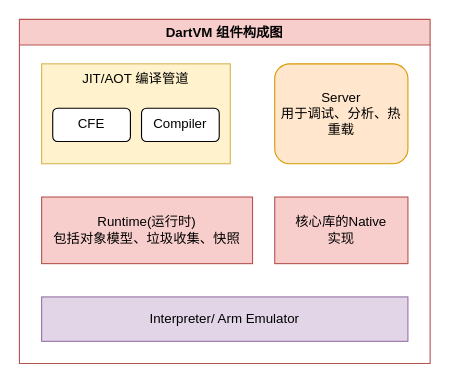
The draw.io diagram dartVM内部构成.drawio in dlwanghw/diagram, before the edit. Source tidied: cells renumbered, new cells numbered last; positions are measured from the earlier drawing's top-left corner, leaving out a move shared by most shapes. Both pictures are drawn from the tidied source at 111%, with x=0, y=0 at pixel (19, 19).
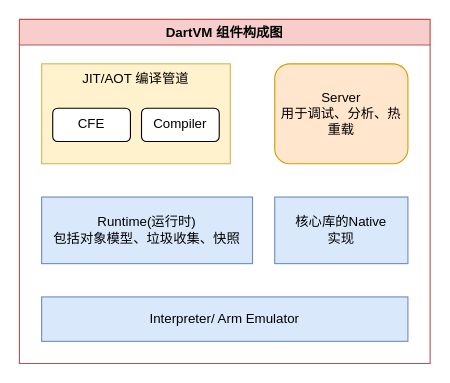
Above is the later version.

Change to the diagram source:
```diff
@@
 <mxGraphModel>
   <root>
     <mxCell id="0" />
     <mxCell id="1" parent="0" />
-    <mxCell id="2" value="Runtime(运行时)&lt;br&gt;包括对象模型、垃圾收集、快照" style="rounded=0;whiteSpace=wrap;html=1;fillColor=#f8cecc;strokeColor=#b85450;" parent="1" vertex="1">
+    <mxCell id="2" value="Runtime(运行时)&lt;br&gt;包括对象模型、垃圾收集、快照" style="rounded=0;whiteSpace=wrap;html=1;fillColor=#dae8fc;strokeColor=#6c8ebf;" parent="1" vertex="1">
       <mxGeometry x="20" y="160" width="190" height="60" as="geometry" />
     </mxCell>
-    <mxCell id="3" value="核心库的Native&lt;br&gt;实现" style="rounded=0;whiteSpace=wrap;html=1;fillColor=#f8cecc;strokeColor=#b85450;" parent="1" vertex="1">
+    <mxCell id="3" value="核心库的Native&lt;br&gt;实现" style="rounded=0;whiteSpace=wrap;html=1;fillColor=#dae8fc;strokeColor=#6c8ebf;" parent="1" vertex="1">
       <mxGeometry x="230" y="160" width="120" height="60" as="geometry" />
     </mxCell>
     <mxCell id="4" value="Server&lt;br&gt;用于调试、分析、热重载" style="rounded=1;whiteSpace=wrap;html=1;fillColor=#ffe6cc;strokeColor=#d79b00;" parent="1" vertex="1">
       <mxGeometry x="230" y="40" width="120" height="90" as="geometry" />
     </mxCell>
     <mxCell id="5" value="JIT/AOT 编译管道&lt;br&gt;" style="rounded=0;whiteSpace=wrap;html=1;verticalAlign=top;fillColor=#fff2cc;strokeColor=#d6b656;" parent="1" vertex="1">
       <mxGeometry x="20" y="40" width="170" height="90" as="geometry" />
     </mxCell>
     <mxCell id="6" value="CFE" style="rounded=1;whiteSpace=wrap;html=1;verticalAlign=top;" parent="1" vertex="1">
       <mxGeometry x="30" y="80" width="70" height="30" as="geometry" />
     </mxCell>
     <mxCell id="7" value="Compiler" style="rounded=1;whiteSpace=wrap;html=1;verticalAlign=top;" parent="1" vertex="1">
       <mxGeometry x="110" y="80" width="70" height="30" as="geometry" />
     </mxCell>
-    <mxCell id="8" value="Interpreter/ Arm Emulator" style="rounded=0;whiteSpace=wrap;html=1;verticalAlign=middle;fillColor=#e1d5e7;strokeColor=#9673a6;" parent="1" vertex="1">
+    <mxCell id="8" value="Interpreter/ Arm Emulator" style="rounded=0;whiteSpace=wrap;html=1;verticalAlign=middle;fillColor=#dae8fc;strokeColor=#6c8ebf;" parent="1" vertex="1">
       <mxGeometry x="20" y="250" width="330" height="40" as="geometry" />
     </mxCell>
     <mxCell id="9" value="DartVM 组件构成图" style="swimlane;verticalAlign=middle;fillColor=#f8cecc;strokeColor=#b85450;" parent="1" vertex="1">
       <mxGeometry width="370" height="310" as="geometry" />
     </mxCell>
   </root>
 </mxGraphModel>
```
